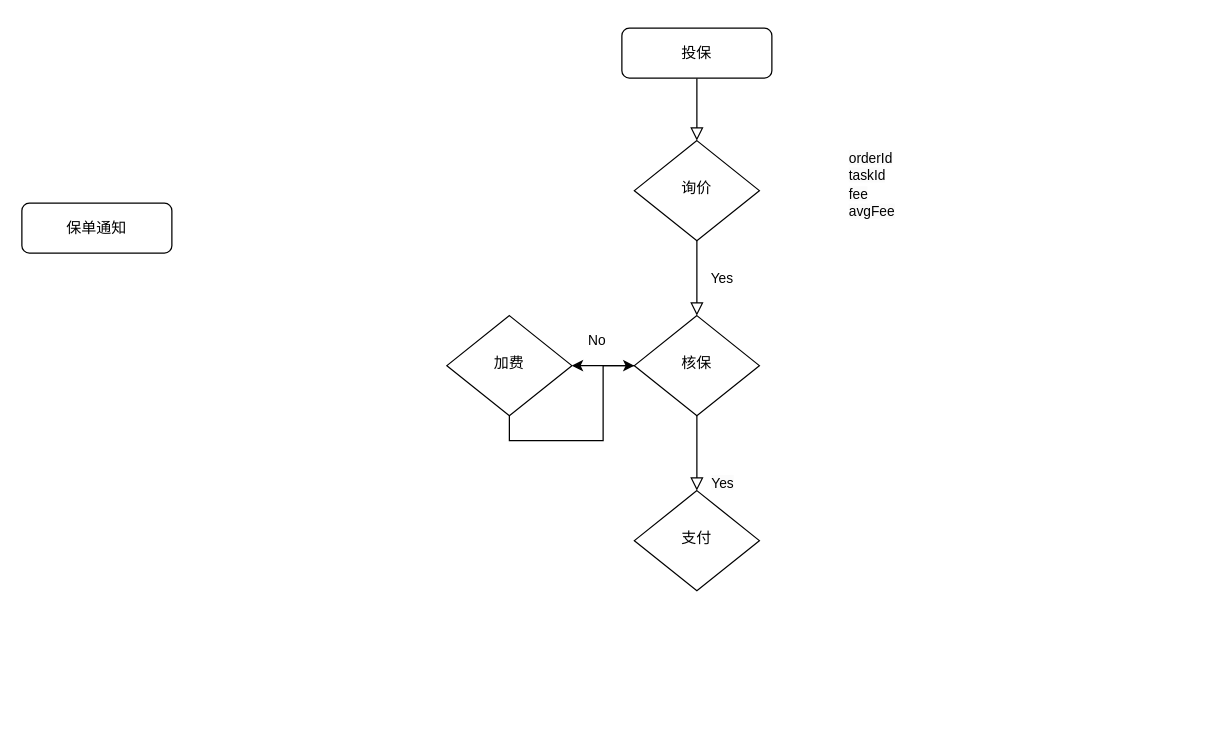
zhanghaiyang1/draw keeps this draw.io diagram as insur/WTS.drawio. Above is the earlier version. Source tidied: cells renumbered, new cells numbered last; positions are measured from the earlier drawing's top-left corner, leaving out a move shared by most shapes. Both pictures are drawn from the tidied source at 125%, with x=0, y=0 at pixel (21, 28).
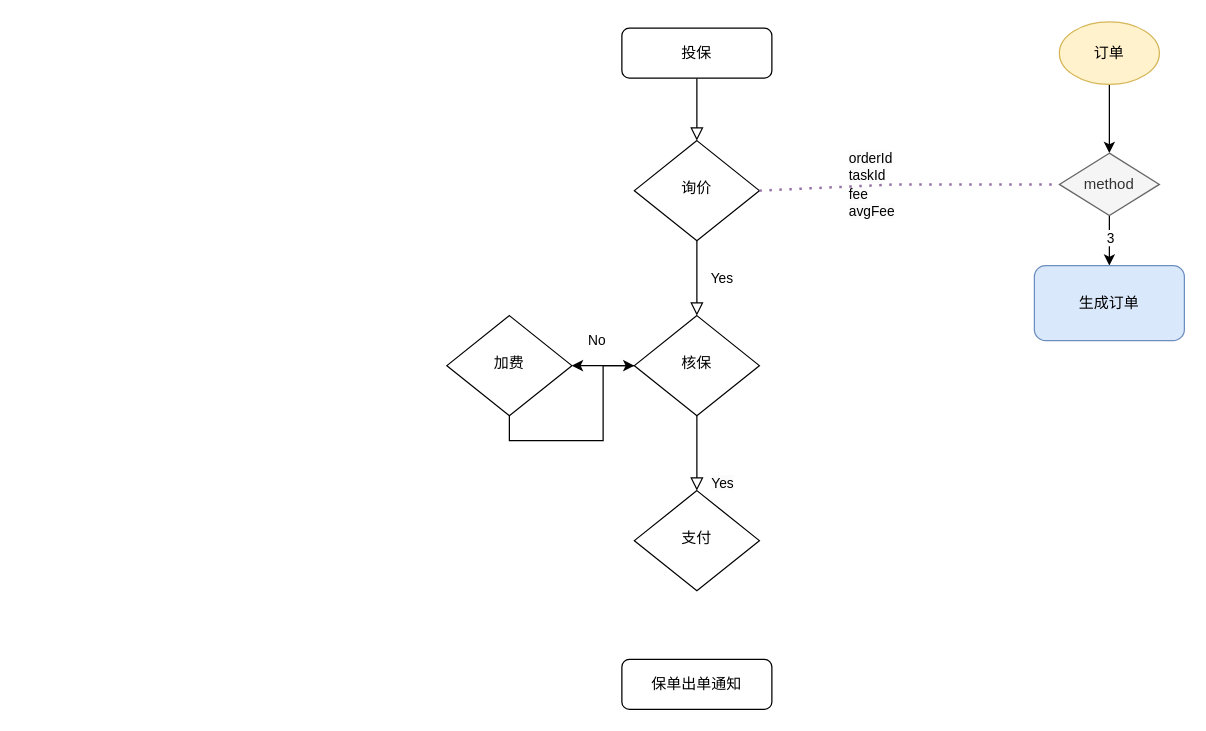
Above is the later version.

The change refers to these unchanged cells:
```xml
<mxCell id="5" value="询价" style="rhombus;whiteSpace=wrap;html=1;shadow=0;fontFamily=Helvetica;fontSize=12;align=center;strokeWidth=1;spacing=6;spacingTop=-4;" parent="1" vertex="1">
  <mxGeometry x="490" y="90" width="100" height="80" as="geometry" />
</mxCell>
```

The edit, as a diff of the source:
```diff
@@
-    <mxCell id="14" value="保单通知" style="rounded=1;whiteSpace=wrap;html=1;fontSize=12;glass=0;strokeWidth=1;shadow=0;" parent="1" vertex="1">
-      <mxGeometry y="140" width="120" height="40" as="geometry" />
+    <mxCell id="14" value="保单出单通知" style="rounded=1;whiteSpace=wrap;html=1;fontSize=12;glass=0;strokeWidth=1;shadow=0;" parent="1" vertex="1">
+      <mxGeometry x="480" y="505" width="120" height="40" as="geometry" />
     </mxCell>
+    <mxCell id="15" style="edgeStyle=orthogonalEdgeStyle;rounded=0;jettySize=auto;html=1;exitX=0.5;exitY=1;exitDx=0;exitDy=0;" parent="1" edge="1" source="16">
+      <mxGeometry relative="1" as="geometry">
+        <mxPoint x="870" y="100" as="targetPoint" />
+      </mxGeometry>
+    </mxCell>
+    <mxCell id="16" value="订单" style="ellipse;whiteSpace=wrap;html=1;fillColor=#fff2cc;strokeColor=#d6b656;" parent="1" vertex="1">
+      <mxGeometry x="830" y="-5" width="80" height="50" as="geometry" />
+    </mxCell>
+    <mxCell id="17" style="edgeStyle=orthogonalEdgeStyle;rounded=0;jettySize=auto;html=1;exitX=0.5;exitY=1;exitDx=0;exitDy=0;entryX=0.5;entryY=0;entryDx=0;entryDy=0;" parent="1" edge="1" source="19" target="20">
+      <mxGeometry relative="1" as="geometry" />
+    </mxCell>
+    <mxCell id="18" value="3" style="edgeLabel;html=1;align=center;verticalAlign=middle;" parent="17" vertex="1">
+      <mxGeometry x="-0.17" relative="1" as="geometry" />
+    </mxCell>
+    <mxCell id="19" value="method" style="rhombus;whiteSpace=wrap;html=1;fillColor=#f5f5f5;fontColor=#333333;strokeColor=#666666;" parent="1" vertex="1">
+      <mxGeometry x="830" y="100" width="80" height="50" as="geometry" />
+    </mxCell>
+    <mxCell id="20" value="生成订单" style="rounded=1;whiteSpace=wrap;html=1;fillColor=#dae8fc;strokeColor=#6c8ebf;" parent="1" vertex="1">
+      <mxGeometry x="810" y="190" width="120" height="60" as="geometry" />
+    </mxCell>
+    <mxCell id="21" style="endArrow=none;dashed=1;html=1;dashPattern=1 3;strokeWidth=2;rounded=0;entryX=0;entryY=0.5;entryDx=0;entryDy=0;exitX=1;exitY=0.5;exitDx=0;exitDy=0;fillColor=#e1d5e7;strokeColor=#9673a6;" parent="1" edge="1" source="5" target="19">
+      <mxGeometry relative="1" as="geometry">
+        <Array as="points">
+          <mxPoint x="700" y="125" />
+        </Array>
+      </mxGeometry>
+    </mxCell>
```
